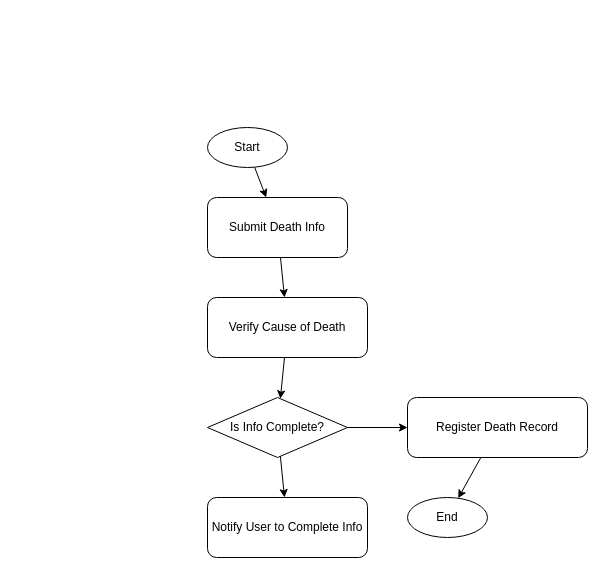
Before: DBRegistryFlowchart.drawio in brabentil/database_diagrams, a draw.io diagram. Source tidied: cells renumbered, new cells numbered last; positions are measured from the earlier drawing's top-left corner, leaving out a move shared by most shapes. Both pictures are drawn from the tidied source at 100%, with x=0, y=0 at pixel (207, 127).
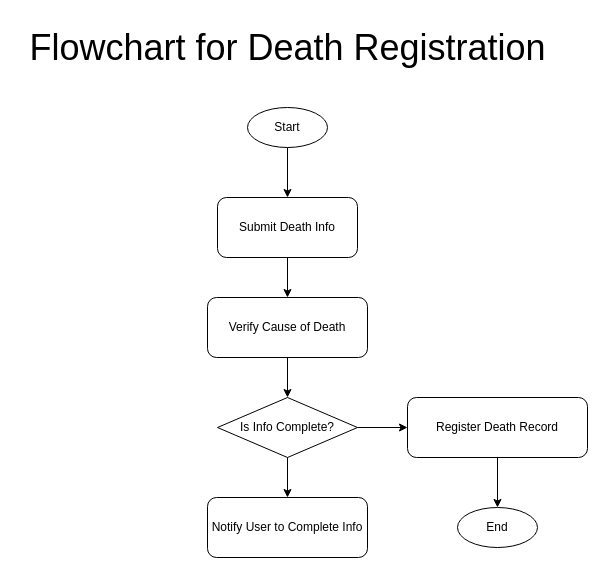
After the change.

What changed in the source:
```diff
@@
 <mxGraphModel>
   <root>
     <mxCell id="0" />
     <mxCell id="1" parent="0" />
     <mxCell id="2" value="Start" style="ellipse;whiteSpace=wrap;html=1;" parent="1" vertex="1">
-      <mxGeometry width="80" height="40" as="geometry" />
+      <mxGeometry x="40" y="-20" width="80" height="40" as="geometry" />
     </mxCell>
     <mxCell id="3" value="Submit Death Info" style="rounded=1;whiteSpace=wrap;html=1;" parent="1" vertex="1">
-      <mxGeometry y="70" width="140" height="60" as="geometry" />
+      <mxGeometry x="10" y="70" width="140" height="60" as="geometry" />
     </mxCell>
     <mxCell id="4" value="Verify Cause of Death" style="rounded=1;whiteSpace=wrap;html=1;" parent="1" vertex="1">
       <mxGeometry y="170" width="160" height="60" as="geometry" />
     </mxCell>
     <mxCell id="5" value="Is Info Complete?" style="rhombus;whiteSpace=wrap;html=1;" parent="1" vertex="1">
-      <mxGeometry y="270" width="140" height="60" as="geometry" />
+      <mxGeometry x="10" y="270" width="140" height="60" as="geometry" />
     </mxCell>
     <mxCell id="6" value="Register Death Record" style="rounded=1;whiteSpace=wrap;html=1;" parent="1" vertex="1">
       <mxGeometry x="200" y="270" width="180" height="60" as="geometry" />
     </mxCell>
     <mxCell id="7" value="Notify User to Complete Info" style="rounded=1;whiteSpace=wrap;html=1;" parent="1" vertex="1">
       <mxGeometry y="370" width="160" height="60" as="geometry" />
     </mxCell>
     <mxCell id="8" value="End" style="ellipse;whiteSpace=wrap;html=1;" parent="1" vertex="1">
-      <mxGeometry x="200" y="370" width="80" height="40" as="geometry" />
+      <mxGeometry x="250" y="380" width="80" height="40" as="geometry" />
     </mxCell>
     <mxCell id="9" parent="1" edge="1" source="2" target="3">
       <mxGeometry relative="1" as="geometry" />
     </mxCell>
     <mxCell id="10" parent="1" edge="1" source="3" target="4">
       <mxGeometry relative="1" as="geometry" />
     </mxCell>
     <mxCell id="11" parent="1" edge="1" source="4" target="5">
       <mxGeometry relative="1" as="geometry" />
     </mxCell>
     <mxCell id="12" parent="1" edge="1" source="5" target="6">
       <mxGeometry relative="1" as="geometry" />
     </mxCell>
     <mxCell id="13" parent="1" edge="1" source="5" target="7">
       <mxGeometry relative="1" as="geometry" />
     </mxCell>
     <mxCell id="14" parent="1" edge="1" source="6" target="8">
       <mxGeometry relative="1" as="geometry" />
     </mxCell>
+    <mxCell id="15" value="&lt;font style=&quot;font-size: 36px;&quot;&gt;Flowchart for Death Registration&lt;/font&gt;" style="text;html=1;align=center;verticalAlign=middle;strokeColor=none;fillColor=none;" parent="1" vertex="1">
+      <mxGeometry x="-190" y="-110" width="540" height="60" as="geometry" />
+    </mxCell>
   </root>
 </mxGraphModel>
```
